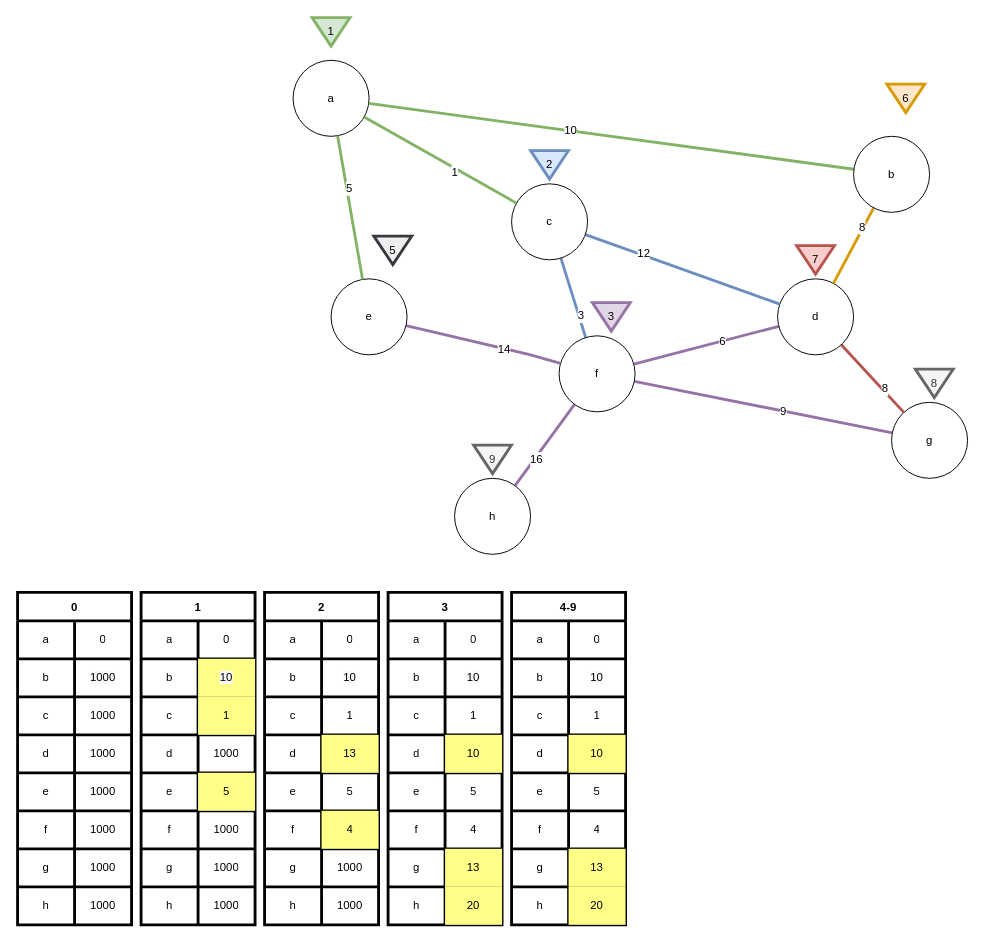
Above: page "Страница 6" (6 of 7) of Лекции/2023/5/илюстрации.drawio in MUCTR-IKT-CPP/algorithms-2cpp (draw.io), before the change. Source tidied: cells renumbered, new cells numbered last; positions are measured from the earlier drawing's top-left corner, leaving out a move shared by most shapes. Both pictures are drawn from the tidied source at 95%, with x=0, y=0 at pixel (17, 12).
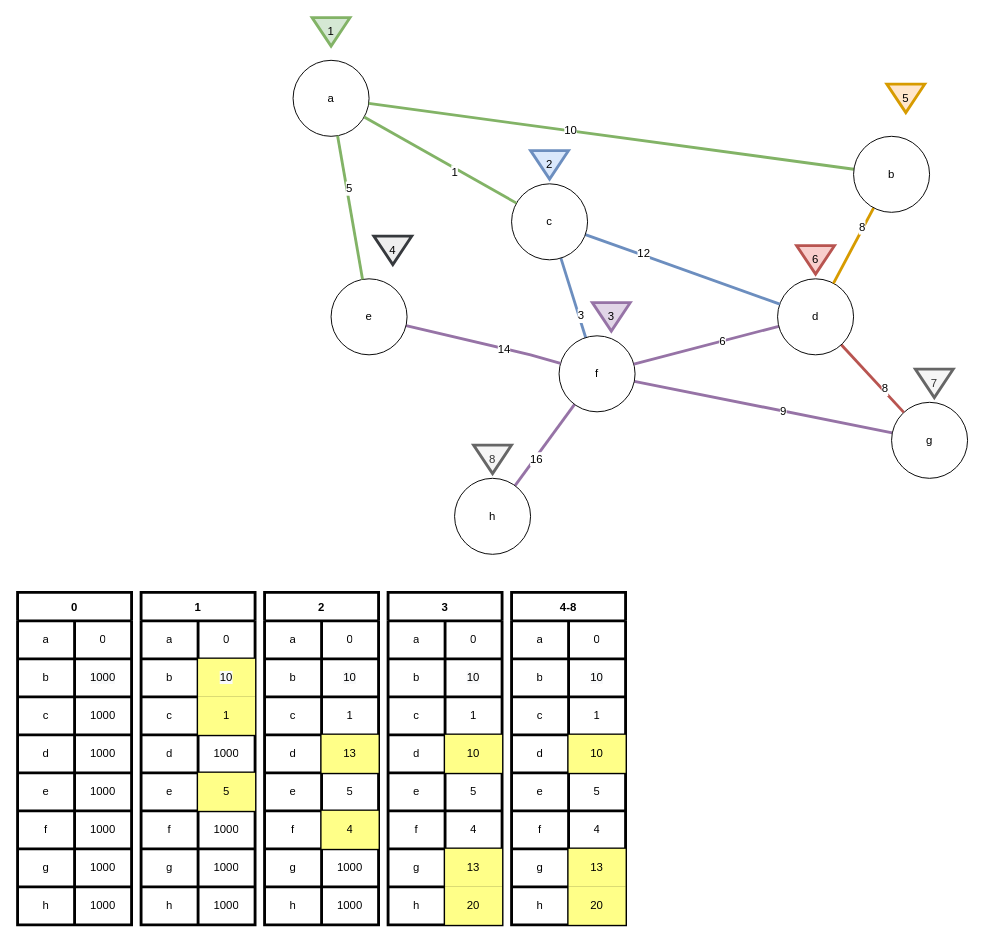
The same diagram, later.

Change to the diagram source:
```diff
@@
-    <mxCell id="135" value="5" style="triangle;whiteSpace=wrap;html=1;strokeWidth=3;rotation=90;fillColor=#eeeeee;strokeColor=#36393d;horizontal=0;" parent="1" vertex="1">
+    <mxCell id="135" value="4" style="triangle;whiteSpace=wrap;html=1;strokeWidth=3;rotation=90;fillColor=#eeeeee;strokeColor=#36393d;horizontal=0;" parent="1" vertex="1">
       <mxGeometry x="380" y="230" width="30" height="40" as="geometry" />
     </mxCell>
-    <mxCell id="136" value="6" style="triangle;whiteSpace=wrap;html=1;strokeWidth=3;rotation=90;fillColor=#ffe6cc;strokeColor=#d79b00;horizontal=0;" parent="1" vertex="1">
+    <mxCell id="136" value="5" style="triangle;whiteSpace=wrap;html=1;strokeWidth=3;rotation=90;fillColor=#ffe6cc;strokeColor=#d79b00;horizontal=0;" parent="1" vertex="1">
       <mxGeometry x="920" y="70" width="30" height="40" as="geometry" />
     </mxCell>
-    <mxCell id="137" value="7" style="triangle;whiteSpace=wrap;html=1;strokeWidth=3;rotation=90;fillColor=#f8cecc;strokeColor=#b85450;horizontal=0;" parent="1" vertex="1">
+    <mxCell id="137" value="6" style="triangle;whiteSpace=wrap;html=1;strokeWidth=3;rotation=90;fillColor=#f8cecc;strokeColor=#b85450;horizontal=0;" parent="1" vertex="1">
       <mxGeometry x="825" y="240" width="30" height="40" as="geometry" />
     </mxCell>
-    <mxCell id="138" value="4-9" style="shape=table;startSize=30;childLayout=tableLayout;fontStyle=1;align=center;strokeWidth=3;" parent="1" vertex="1">
+    <mxCell id="138" value="4-8" style="shape=table;startSize=30;childLayout=tableLayout;fontStyle=1;align=center;strokeWidth=3;" parent="1" vertex="1">
       <mxGeometry x="520" y="610" width="120" height="350" as="geometry" />
     </mxCell>
@@
-    <mxCell id="163" value="8" style="triangle;whiteSpace=wrap;html=1;strokeWidth=3;rotation=90;fillColor=#f5f5f5;strokeColor=#666666;horizontal=0;fontColor=#333333;" parent="1" vertex="1">
+    <mxCell id="163" value="7" style="triangle;whiteSpace=wrap;html=1;strokeWidth=3;rotation=90;fillColor=#f5f5f5;strokeColor=#666666;horizontal=0;fontColor=#333333;" parent="1" vertex="1">
       <mxGeometry x="950" y="370" width="30" height="40" as="geometry" />
     </mxCell>
-    <mxCell id="164" value="9" style="triangle;whiteSpace=wrap;html=1;strokeWidth=3;rotation=90;fillColor=#f5f5f5;strokeColor=#666666;horizontal=0;fontColor=#333333;" parent="1" vertex="1">
+    <mxCell id="164" value="8" style="triangle;whiteSpace=wrap;html=1;strokeWidth=3;rotation=90;fillColor=#f5f5f5;strokeColor=#666666;horizontal=0;fontColor=#333333;" parent="1" vertex="1">
       <mxGeometry x="485" y="450" width="30" height="40" as="geometry" />
     </mxCell>
```
